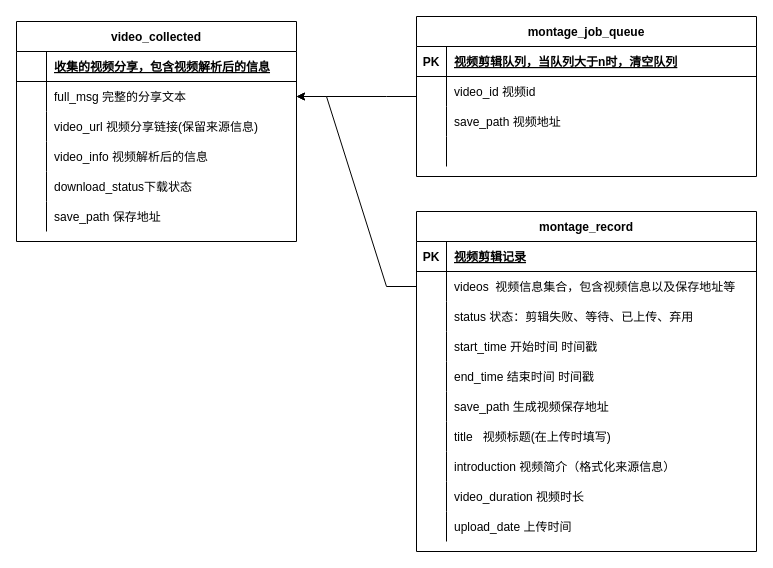
This is Untitled Diagram.drawio from i1mT/ZhiHuiShu-Assistant, a draw.io file, before an edit. Source tidied: cells renumbered, new cells numbered last; positions are measured from the earlier drawing's top-left corner, leaving out a move shared by most shapes. Both pictures are drawn from the tidied source at 100%, with x=0, y=0 at pixel (16, 16).
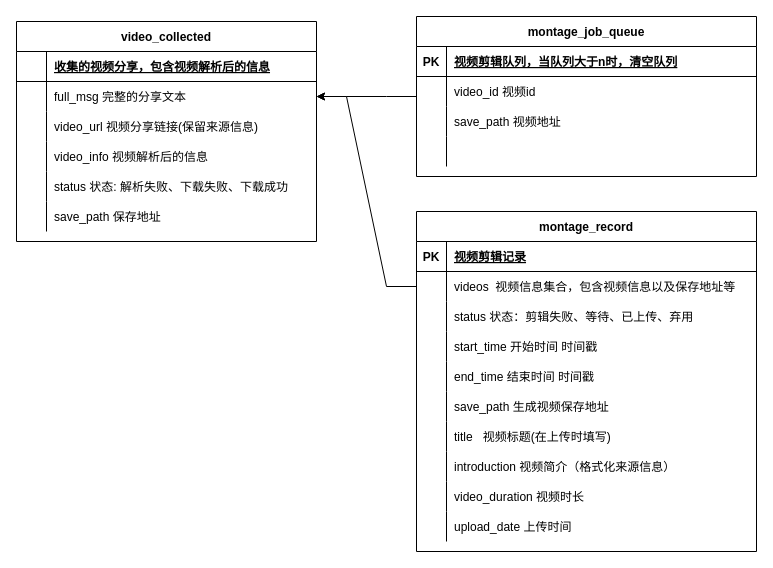
After the change.

Diff of the diagram source:
```diff
@@
     <mxCell id="47" value="video_collected" style="shape=table;startSize=30;childLayout=tableLayout;rowLines=0;fontStyle=1;align=center;" parent="1" vertex="1">
-      <mxGeometry y="5" width="280" height="220" as="geometry" />
+      <mxGeometry y="5" width="300" height="220" as="geometry" />
     </mxCell>
     <mxCell id="48" style="shape=partialRectangle;fillColor=none;top=0;left=0;right=0;bottom=1;" parent="47" vertex="1">
-      <mxGeometry y="30" width="280" height="30" as="geometry" />
+      <mxGeometry y="30" width="300" height="30" as="geometry" />
     </mxCell>
@@
     <mxCell id="50" value="收集的视频分享，包含视频解析后的信息" style="shape=partialRectangle;overflow=hidden;fillColor=none;top=0;left=0;bottom=0;right=0;align=left;spacingLeft=6;fontStyle=5;" parent="48" vertex="1">
-      <mxGeometry x="30" width="250" height="30" as="geometry" />
+      <mxGeometry x="30" width="270" height="30" as="geometry" />
     </mxCell>
     <mxCell id="51" style="shape=partialRectangle;fillColor=none;points=[[0,0.5],[1,0.5]];portConstraint=eastwest;top=0;left=0;right=0;bottom=0;" parent="47" vertex="1">
-      <mxGeometry y="60" width="280" height="30" as="geometry" />
+      <mxGeometry y="60" width="300" height="30" as="geometry" />
     </mxCell>
@@
     <mxCell id="53" value="full_msg 完整的分享文本" style="shape=partialRectangle;overflow=hidden;fillColor=none;top=0;left=0;bottom=0;right=0;align=left;spacingLeft=6;" parent="51" vertex="1">
-      <mxGeometry x="30" width="250" height="30" as="geometry" />
+      <mxGeometry x="30" width="270" height="30" as="geometry" />
     </mxCell>
     <mxCell id="54" style="shape=partialRectangle;fillColor=none;top=0;left=0;right=0;bottom=0;" parent="47" vertex="1">
-      <mxGeometry y="90" width="280" height="30" as="geometry" />
+      <mxGeometry y="90" width="300" height="30" as="geometry" />
     </mxCell>
@@
     <mxCell id="56" value="video_url 视频分享链接(保留来源信息)" style="shape=partialRectangle;overflow=hidden;fillColor=none;top=0;left=0;bottom=0;right=0;align=left;spacingLeft=6;" parent="54" vertex="1">
-      <mxGeometry x="30" width="250" height="30" as="geometry" />
+      <mxGeometry x="30" width="270" height="30" as="geometry" />
     </mxCell>
     <mxCell id="57" style="shape=partialRectangle;fillColor=none;top=0;left=0;right=0;bottom=0;" parent="47" vertex="1">
-      <mxGeometry y="120" width="280" height="30" as="geometry" />
+      <mxGeometry y="120" width="300" height="30" as="geometry" />
     </mxCell>
@@
     <mxCell id="59" value="video_info 视频解析后的信息" style="shape=partialRectangle;overflow=hidden;fillColor=none;top=0;left=0;bottom=0;right=0;align=left;spacingLeft=6;" parent="57" vertex="1">
-      <mxGeometry x="30" width="250" height="30" as="geometry" />
+      <mxGeometry x="30" width="270" height="30" as="geometry" />
     </mxCell>
     <mxCell id="60" style="shape=partialRectangle;fillColor=none;top=0;left=0;right=0;bottom=0;" parent="47" vertex="1">
-      <mxGeometry y="150" width="280" height="30" as="geometry" />
+      <mxGeometry y="150" width="300" height="30" as="geometry" />
     </mxCell>
@@
-    <mxCell id="62" value="download_status下载状态" style="shape=partialRectangle;overflow=hidden;fillColor=none;top=0;left=0;bottom=0;right=0;align=left;spacingLeft=6;" parent="60" vertex="1">
-      <mxGeometry x="30" width="250" height="30" as="geometry" />
+    <mxCell id="62" value="status 状态: 解析失败、下载失败、下载成功" style="shape=partialRectangle;overflow=hidden;fillColor=none;top=0;left=0;bottom=0;right=0;align=left;spacingLeft=6;" parent="60" vertex="1">
+      <mxGeometry x="30" width="270" height="30" as="geometry" />
     </mxCell>
     <mxCell id="63" style="shape=partialRectangle;fillColor=none;top=0;left=0;right=0;bottom=0;" parent="47" vertex="1">
-      <mxGeometry y="180" width="280" height="30" as="geometry" />
+      <mxGeometry y="180" width="300" height="30" as="geometry" />
     </mxCell>
@@
     <mxCell id="65" value="save_path 保存地址" style="shape=partialRectangle;overflow=hidden;fillColor=none;top=0;left=0;bottom=0;right=0;align=left;spacingLeft=6;" parent="63" vertex="1">
-      <mxGeometry x="30" width="250" height="30" as="geometry" />
+      <mxGeometry x="30" width="270" height="30" as="geometry" />
     </mxCell>
```
